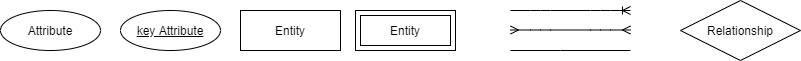
This is Entity Relationship Diagram.png from xtruong88/DBI202-MyAssignment, a draw.io export, as it was before one commit. Source tidied: cells renumbered, new cells last; positions are measured from the earlier drawing's top-left corner, leaving out a move shared by most shapes.
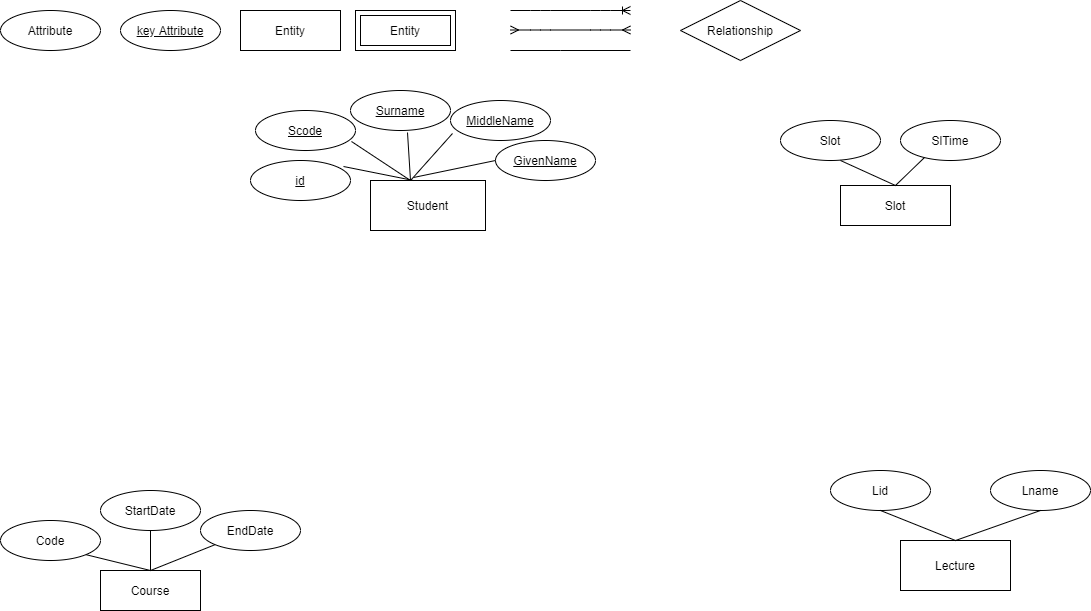
Above is the later version.

Change to the diagram source:
```diff
@@ -38,5 +38,97 @@
         </Array>
       </mxGeometry>
     </mxCell>
+    <mxCell id="10" value="Student" style="whiteSpace=wrap;html=1;align=center;" parent="1" vertex="1">
+      <mxGeometry x="370" y="180" width="115" height="50" as="geometry" />
+    </mxCell>
+    <mxCell id="11" value="id" style="ellipse;whiteSpace=wrap;html=1;align=center;fontStyle=4;" parent="1" vertex="1">
+      <mxGeometry x="250" y="160" width="100" height="40" as="geometry" />
+    </mxCell>
+    <mxCell id="12" value="Surname" style="ellipse;whiteSpace=wrap;html=1;align=center;fontStyle=4;" parent="1" vertex="1">
+      <mxGeometry x="350" y="90" width="100" height="40" as="geometry" />
+    </mxCell>
+    <mxCell id="13" value="MiddleName" style="ellipse;whiteSpace=wrap;html=1;align=center;fontStyle=4;" parent="1" vertex="1">
+      <mxGeometry x="450" y="100" width="100" height="40" as="geometry" />
+    </mxCell>
+    <mxCell id="14" value="Scode" style="ellipse;whiteSpace=wrap;html=1;align=center;fontStyle=4;" parent="1" vertex="1">
+      <mxGeometry x="255" y="110" width="100" height="40" as="geometry" />
+    </mxCell>
+    <mxCell id="15" value="GivenName" style="ellipse;whiteSpace=wrap;html=1;align=center;fontStyle=4;" parent="1" vertex="1">
+      <mxGeometry x="495" y="140" width="100" height="40" as="geometry" />
+    </mxCell>
+    <mxCell id="16" style="endArrow=none;html=1;rounded=0;exitX=0.57;exitY=1.05;exitDx=0;exitDy=0;exitPerimeter=0;" parent="1" edge="1" source="12">
+      <mxGeometry relative="1" as="geometry">
+        <mxPoint x="410" y="180" as="targetPoint" />
+      </mxGeometry>
+    </mxCell>
+    <mxCell id="17" style="endArrow=none;html=1;rounded=0;exitX=0.96;exitY=0.775;exitDx=0;exitDy=0;exitPerimeter=0;" parent="1" edge="1" source="14">
+      <mxGeometry relative="1" as="geometry">
+        <mxPoint x="410" y="180" as="targetPoint" />
+      </mxGeometry>
+    </mxCell>
+    <mxCell id="18" style="endArrow=none;html=1;rounded=0;exitX=0.93;exitY=0.15;exitDx=0;exitDy=0;entryX=0.374;entryY=0;entryDx=0;entryDy=0;entryPerimeter=0;exitPerimeter=0;" parent="1" edge="1" source="11" target="10">
+      <mxGeometry relative="1" as="geometry" />
+    </mxCell>
+    <mxCell id="19" style="endArrow=none;html=1;rounded=0;exitX=0.02;exitY=0.825;exitDx=0;exitDy=0;exitPerimeter=0;" parent="1" edge="1" source="13">
+      <mxGeometry relative="1" as="geometry">
+        <mxPoint x="410" y="180" as="targetPoint" />
+      </mxGeometry>
+    </mxCell>
+    <mxCell id="20" style="endArrow=none;html=1;rounded=0;entryX=0.374;entryY=-0.06;entryDx=0;entryDy=0;entryPerimeter=0;exitX=0;exitY=0.5;exitDx=0;exitDy=0;" parent="1" edge="1" source="15" target="10">
+      <mxGeometry relative="1" as="geometry" />
+    </mxCell>
+    <mxCell id="21" value="Course" style="whiteSpace=wrap;html=1;align=center;" parent="1" vertex="1">
+      <mxGeometry x="100" y="570" width="100" height="40" as="geometry" />
+    </mxCell>
+    <mxCell id="22" value="Code" style="ellipse;whiteSpace=wrap;html=1;align=center;" parent="1" vertex="1">
+      <mxGeometry y="520" width="100" height="40" as="geometry" />
+    </mxCell>
+    <mxCell id="23" value="EndDate" style="ellipse;whiteSpace=wrap;html=1;align=center;" parent="1" vertex="1">
+      <mxGeometry x="200" y="510" width="100" height="40" as="geometry" />
+    </mxCell>
+    <mxCell id="24" value="StartDate" style="ellipse;whiteSpace=wrap;html=1;align=center;" parent="1" vertex="1">
+      <mxGeometry x="100" y="490" width="100" height="40" as="geometry" />
+    </mxCell>
+    <mxCell id="25" style="endArrow=none;html=1;rounded=0;entryX=0.5;entryY=0;entryDx=0;entryDy=0;exitX=1;exitY=1;exitDx=0;exitDy=0;" parent="1" edge="1" source="22" target="21">
+      <mxGeometry relative="1" as="geometry" />
+    </mxCell>
+    <mxCell id="26" style="endArrow=none;html=1;rounded=0;exitX=0.5;exitY=1;exitDx=0;exitDy=0;entryX=0.5;entryY=0;entryDx=0;entryDy=0;" parent="1" edge="1" source="24" target="21">
+      <mxGeometry relative="1" as="geometry" />
+    </mxCell>
+    <mxCell id="27" style="endArrow=none;html=1;rounded=0;entryX=0.5;entryY=0;entryDx=0;entryDy=0;exitX=0;exitY=1;exitDx=0;exitDy=0;" parent="1" edge="1" source="23" target="21">
+      <mxGeometry relative="1" as="geometry" />
+    </mxCell>
+    <mxCell id="28" value="Slot" style="whiteSpace=wrap;html=1;align=center;" parent="1" vertex="1">
+      <mxGeometry x="840" y="185" width="110" height="40" as="geometry" />
+    </mxCell>
+    <mxCell id="29" value="Slot" style="ellipse;whiteSpace=wrap;html=1;align=center;" parent="1" vertex="1">
+      <mxGeometry x="780" y="120" width="100" height="40" as="geometry" />
+    </mxCell>
+    <mxCell id="30" value="SlTime" style="ellipse;whiteSpace=wrap;html=1;align=center;" parent="1" vertex="1">
+      <mxGeometry x="900" y="120" width="100" height="40" as="geometry" />
+    </mxCell>
+    <mxCell id="31" style="endArrow=none;html=1;rounded=0;entryX=0.5;entryY=0;entryDx=0;entryDy=0;" parent="1" edge="1" target="28">
+      <mxGeometry relative="1" as="geometry">
+        <mxPoint x="840" y="160" as="sourcePoint" />
+      </mxGeometry>
+    </mxCell>
+    <mxCell id="32" style="endArrow=none;html=1;rounded=0;exitX=0.24;exitY=0.925;exitDx=0;exitDy=0;entryX=0.5;entryY=0;entryDx=0;entryDy=0;exitPerimeter=0;" parent="1" edge="1" source="30" target="28">
+      <mxGeometry relative="1" as="geometry" />
+    </mxCell>
+    <mxCell id="33" value="Lecture" style="whiteSpace=wrap;html=1;align=center;" parent="1" vertex="1">
+      <mxGeometry x="900" y="540" width="110" height="50" as="geometry" />
+    </mxCell>
+    <mxCell id="34" value="Lid" style="ellipse;whiteSpace=wrap;html=1;align=center;" parent="1" vertex="1">
+      <mxGeometry x="830" y="470" width="100" height="40" as="geometry" />
+    </mxCell>
+    <mxCell id="35" value="Lname" style="ellipse;whiteSpace=wrap;html=1;align=center;" parent="1" vertex="1">
+      <mxGeometry x="990" y="470" width="100" height="40" as="geometry" />
+    </mxCell>
+    <mxCell id="36" style="endArrow=none;html=1;rounded=0;entryX=0.5;entryY=0;entryDx=0;entryDy=0;exitX=0.5;exitY=1;exitDx=0;exitDy=0;" parent="1" edge="1" source="34" target="33">
+      <mxGeometry relative="1" as="geometry" />
+    </mxCell>
+    <mxCell id="37" style="endArrow=none;html=1;rounded=0;exitX=0.5;exitY=1;exitDx=0;exitDy=0;entryX=0.5;entryY=0;entryDx=0;entryDy=0;" parent="1" edge="1" source="35" target="33">
+      <mxGeometry relative="1" as="geometry" />
+    </mxCell>
   </root>
 </mxGraphModel>
```
